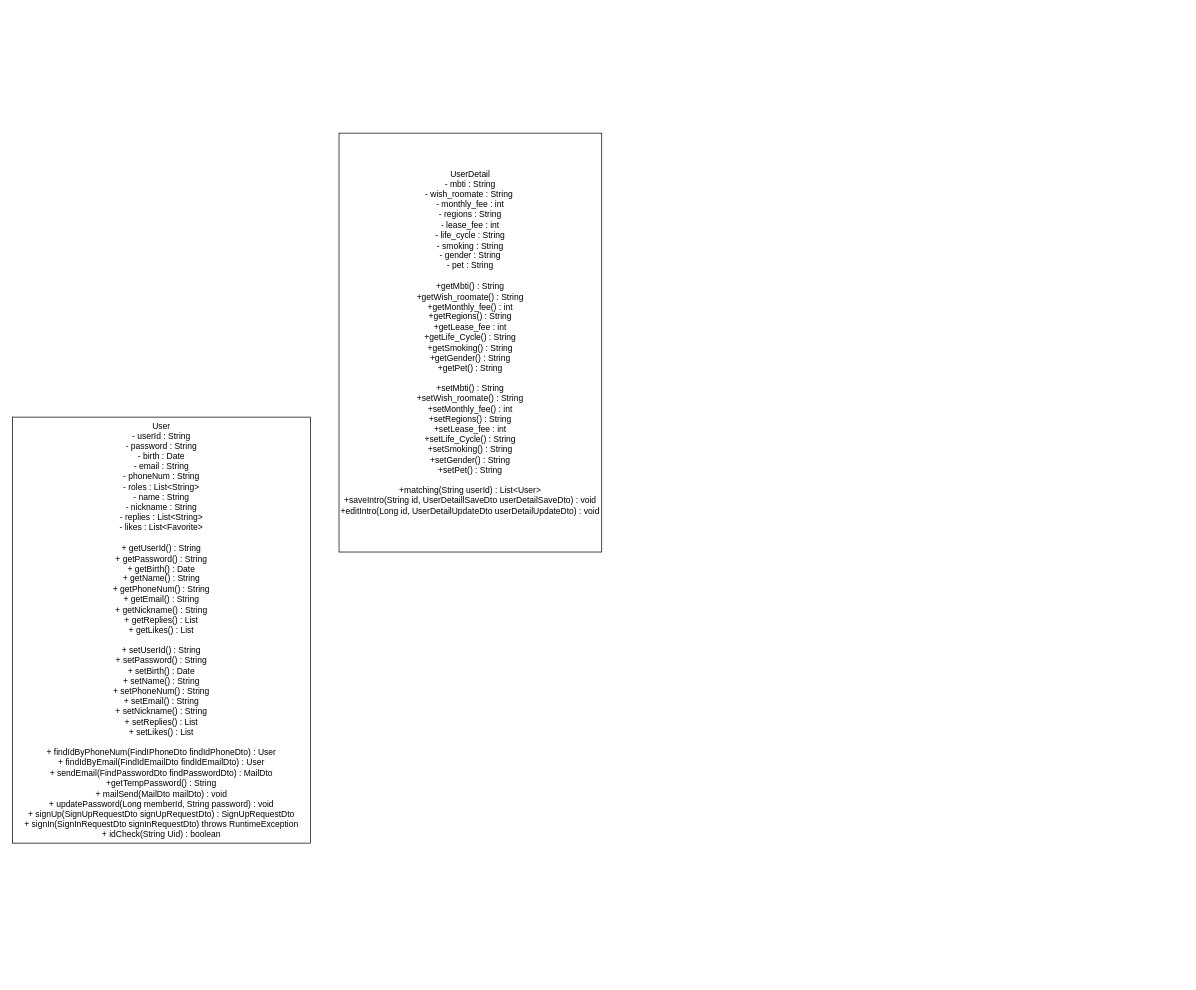
Earlier version of the draw.io diagram 제목 없는 다이어그램.drawio (team-saeron/CapStone_NSU). Source tidied: cells renumbered, new cells numbered last; positions are measured from the earlier drawing's top-left corner, leaving out a move shared by most shapes. Both pictures are drawn from the tidied source at 71%, with x=0, y=0 at pixel (12, 133).
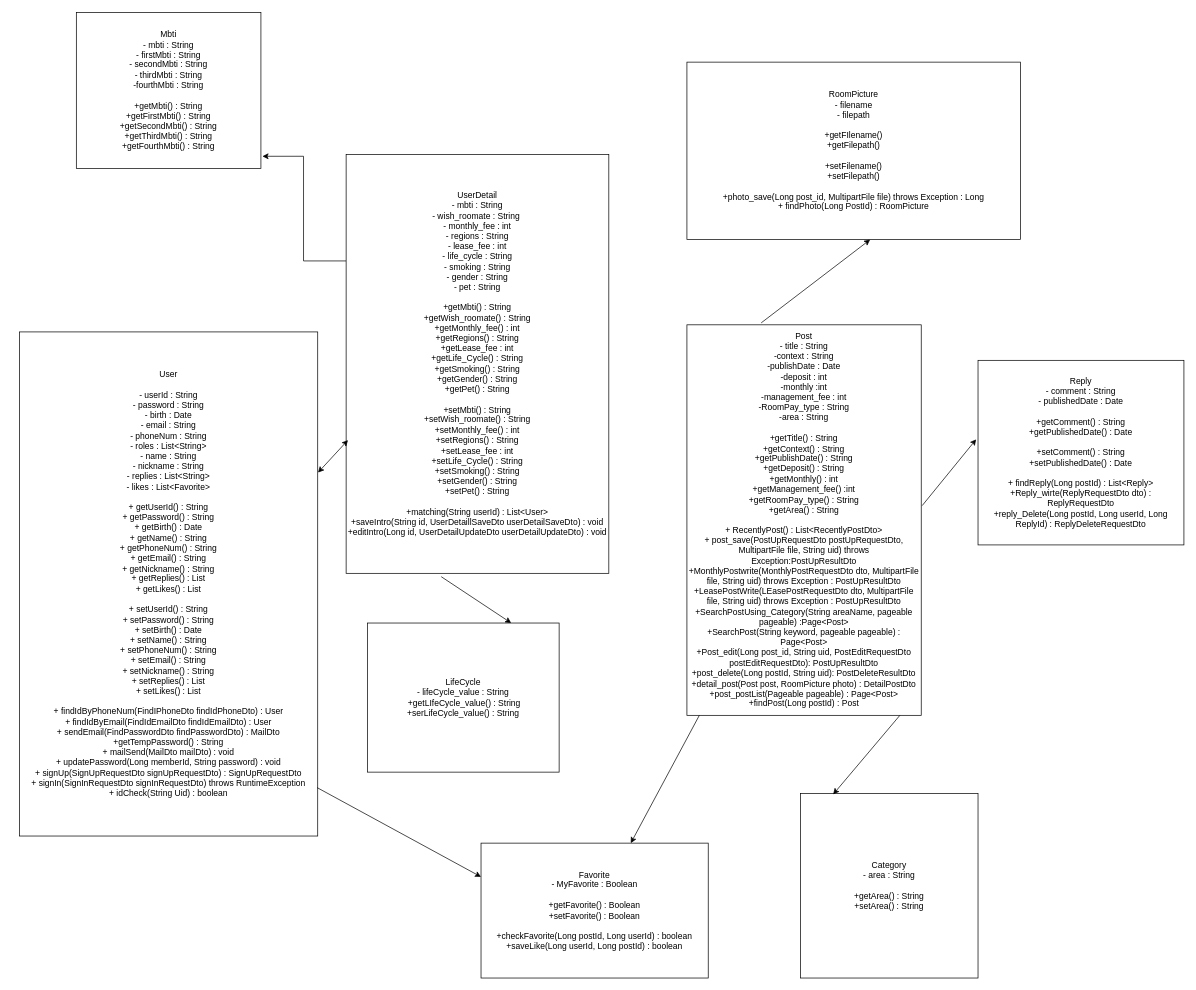
The same diagram, later.

Commit message:
클래스다이어그램2

What changed in the source:
```diff
@@
-    <mxCell id="2" value="User&lt;br&gt;- userId : String&lt;br&gt;- password : String&lt;br&gt;- birth : Date&lt;br&gt;- email : String&lt;br&gt;- phoneNum : String&lt;br&gt;- roles : List&amp;lt;String&amp;gt;&lt;br&gt;- name : String&lt;br&gt;- nickname : String&lt;br&gt;- replies : List&amp;lt;String&amp;gt;&lt;br&gt;- likes : List&amp;lt;Favorite&amp;gt;&lt;br&gt;&lt;br&gt;+ getUserId() : String&lt;br&gt;+ getPassword() : String&lt;br&gt;+ getBirth() : Date&lt;br&gt;+ getName() : String&lt;br&gt;+ getPhoneNum() : String&lt;br&gt;+ getEmail() : String&lt;br&gt;+ getNickname() : String&lt;br&gt;+ getReplies() : List&lt;br&gt;+ getLikes() : List&lt;br&gt;&lt;br&gt;+ setUserId() : String&lt;br style=&quot;border-color: var(--border-color);&quot;&gt;+ setPassword() : String&lt;br style=&quot;border-color: var(--border-color);&quot;&gt;+ setBirth() : Date&lt;br style=&quot;border-color: var(--border-color);&quot;&gt;+ setName() : String&lt;br style=&quot;border-color: var(--border-color);&quot;&gt;+ setPhoneNum() : String&lt;br style=&quot;border-color: var(--border-color);&quot;&gt;+ setEmail() : String&lt;br style=&quot;border-color: var(--border-color);&quot;&gt;+ setNickname() : String&lt;br style=&quot;border-color: var(--border-color);&quot;&gt;+ setReplies() : List&lt;br style=&quot;border-color: var(--border-color);&quot;&gt;+ setLikes() : List&lt;br&gt;&lt;br&gt;+ findIdByPhoneNum(FindIPhoneDto findIdPhoneDto) : User&lt;br&gt;+ findIdByEmail(FindIdEmailDto findIdEmailDto) : User&lt;br&gt;+ sendEmail(FindPasswordDto findPasswordDto) : MailDto&lt;br&gt;+getTempPassword() : String&lt;br&gt;+ mailSend(MailDto mailDto) : void&lt;br&gt;+ updatePassword(Long memberId, String password) : void&lt;br&gt;+ signUp(SignUpRequestDto signUpRequestDto) : SignUpRequestDto&lt;br&gt;+ signIn(SignInRequestDto signInRequestDto) throws RuntimeException&lt;br&gt;+ idCheck(String Uid) : boolean" style="rounded=0;whiteSpace=wrap;html=1;" parent="1" vertex="1">
-      <mxGeometry y="400" width="420" height="600" as="geometry" />
+    <mxCell id="2" value="User&lt;br&gt;&lt;br&gt;- userId : String&lt;br&gt;- password : String&lt;br&gt;- birth : Date&lt;br&gt;- email : String&lt;br&gt;- phoneNum : String&lt;br&gt;- roles : List&amp;lt;String&amp;gt;&lt;br&gt;- name : String&lt;br&gt;- nickname : String&lt;br&gt;- replies : List&amp;lt;String&amp;gt;&lt;br&gt;- likes : List&amp;lt;Favorite&amp;gt;&lt;br&gt;&lt;br&gt;+ getUserId() : String&lt;br&gt;+ getPassword() : String&lt;br&gt;+ getBirth() : Date&lt;br&gt;+ getName() : String&lt;br&gt;+ getPhoneNum() : String&lt;br&gt;+ getEmail() : String&lt;br&gt;+ getNickname() : String&lt;br&gt;+ getReplies() : List&lt;br&gt;+ getLikes() : List&lt;br&gt;&lt;br&gt;+ setUserId() : String&lt;br style=&quot;border-color: var(--border-color);&quot;&gt;+ setPassword() : String&lt;br style=&quot;border-color: var(--border-color);&quot;&gt;+ setBirth() : Date&lt;br style=&quot;border-color: var(--border-color);&quot;&gt;+ setName() : String&lt;br style=&quot;border-color: var(--border-color);&quot;&gt;+ setPhoneNum() : String&lt;br style=&quot;border-color: var(--border-color);&quot;&gt;+ setEmail() : String&lt;br style=&quot;border-color: var(--border-color);&quot;&gt;+ setNickname() : String&lt;br style=&quot;border-color: var(--border-color);&quot;&gt;+ setReplies() : List&lt;br style=&quot;border-color: var(--border-color);&quot;&gt;+ setLikes() : List&lt;br&gt;&lt;br&gt;+ findIdByPhoneNum(FindIPhoneDto findIdPhoneDto) : User&lt;br&gt;+ findIdByEmail(FindIdEmailDto findIdEmailDto) : User&lt;br&gt;+ sendEmail(FindPasswordDto findPasswordDto) : MailDto&lt;br&gt;+getTempPassword() : String&lt;br&gt;+ mailSend(MailDto mailDto) : void&lt;br&gt;+ updatePassword(Long memberId, String password) : void&lt;br&gt;+ signUp(SignUpRequestDto signUpRequestDto) : SignUpRequestDto&lt;br&gt;+ signIn(SignInRequestDto signInRequestDto) throws RuntimeException&lt;br&gt;+ idCheck(String Uid) : boolean" style="rounded=0;whiteSpace=wrap;html=1;" parent="1" vertex="1">
+      <mxGeometry x="10" y="280" width="420" height="710" as="geometry" />
     </mxCell>
+    <mxCell id="4" style="edgeStyle=orthogonalEdgeStyle;rounded=0;jettySize=auto;html=1;entryX=1.008;entryY=0.921;entryDx=0;entryDy=0;entryPerimeter=0;" parent="1" edge="1" source="3" target="9">
+      <mxGeometry relative="1" as="geometry">
+        <Array as="points">
+          <mxPoint x="410" y="180" />
+          <mxPoint x="410" y="33" />
+        </Array>
+      </mxGeometry>
+    </mxCell>
     <mxCell id="3" value="UserDetail&lt;br&gt;- mbti : String&lt;br&gt;- wish_roomate : String&amp;nbsp;&lt;br&gt;- monthly_fee : int&lt;br&gt;- regions : String&lt;br&gt;- lease_fee : int&lt;br&gt;- life_cycle : String&lt;br&gt;- smoking : String&lt;br&gt;- gender : String&lt;br&gt;- pet : String&lt;br&gt;&lt;br&gt;+getMbti() : String&lt;br&gt;+getWish_roomate() : String&lt;br&gt;+getMonthly_fee() : int&lt;br&gt;+getRegions() : String&lt;br&gt;+getLease_fee : int&lt;br&gt;+getLife_Cycle() : String&lt;br&gt;+getSmoking() : String&lt;br&gt;+getGender() : String&lt;br&gt;+getPet() : String&lt;br&gt;&lt;br&gt;+setMbti() : String&lt;br style=&quot;border-color: var(--border-color);&quot;&gt;+setWish_roomate() : String&lt;br style=&quot;border-color: var(--border-color);&quot;&gt;+setMonthly_fee() : int&lt;br style=&quot;border-color: var(--border-color);&quot;&gt;+setRegions() : String&lt;br style=&quot;border-color: var(--border-color);&quot;&gt;+setLease_fee : int&lt;br style=&quot;border-color: var(--border-color);&quot;&gt;+setLife_Cycle() : String&lt;br style=&quot;border-color: var(--border-color);&quot;&gt;+setSmoking() : String&lt;br style=&quot;border-color: var(--border-color);&quot;&gt;+setGender() : String&lt;br style=&quot;border-color: var(--border-color);&quot;&gt;+setPet() : String&lt;br&gt;&lt;br&gt;+matching(String userId) : List&amp;lt;User&amp;gt;&lt;br&gt;+saveIntro(String id, UserDetaillSaveDto userDetailSaveDto) : void&lt;br&gt;+editIntro(Long id, UserDetailUpdateDto userDetailUpdateDto) : void&lt;br&gt;" style="rounded=0;whiteSpace=wrap;html=1;" parent="1" vertex="1">
-      <mxGeometry x="460" width="370" height="590" as="geometry" />
+      <mxGeometry x="470" y="30" width="370" height="590" as="geometry" />
     </mxCell>
+    <mxCell id="5" value="RoomPicture&lt;br&gt;- filename&lt;br&gt;- filepath&lt;br&gt;&lt;br&gt;+getFIlename()&lt;br&gt;+getFilepath()&lt;br&gt;&lt;br&gt;+setFilename()&lt;br&gt;+setFilepath()&lt;br&gt;&lt;br&gt;+photo_save(Long post_id, MultipartFile file) throws Exception : Long&lt;br&gt;+ findPhoto(Long PostId) : RoomPicture" style="rounded=0;whiteSpace=wrap;html=1;" parent="1" vertex="1">
+      <mxGeometry x="950" y="-100" width="470" height="250" as="geometry" />
+    </mxCell>
+    <mxCell id="6" value="Post&lt;br&gt;- title : String&lt;br&gt;-context : String&lt;br&gt;-publishDate : Date&lt;br&gt;-deposit : int&lt;br&gt;-monthly :int&lt;br&gt;-management_fee : int&lt;br&gt;-RoomPay_type : String&lt;br&gt;-area : String&lt;br&gt;&lt;br&gt;+getTitle() : String&lt;br&gt;+getContext() : String&lt;br&gt;+getPublishDate() : String&lt;br&gt;+getDeposit() : String&lt;br&gt;+getMonthly() : int&lt;br&gt;+getManagement_fee() :int&lt;br&gt;+getRoomPay_type() : String&lt;br&gt;+getArea() : String&lt;br&gt;&lt;br&gt;+ RecentlyPost() : List&amp;lt;RecentlyPostDto&amp;gt;&lt;br&gt;+ post_save(PostUpRequestDto postUpRequestDto, MultipartFile file, String uid) throws Exception:PostUpResultDto&lt;br&gt;+MonthlyPostwrite(MonthlyPostRequestDto dto, MultipartFile file, String uid) throws Exception : PostUpResultDto&lt;br&gt;+LeasePostWrite(LEasePostRequestDto dto, MultipartFile file, String uid) throws Exception : PostUpResultDto&lt;br&gt;+SearchPostUsing_Category(String areaName, pageable pageable) :Page&amp;lt;Post&amp;gt;&lt;br&gt;+SearchPost(String keyword, pageable pageable) : Page&amp;lt;Post&amp;gt;&lt;br&gt;+Post_edit(Long post_id, String uid, PostEditRequestDto postEditRequestDto): PostUpResultDto&lt;br&gt;+post_delete(Long postId, String uid): PostDeleteResultDto&lt;br&gt;+detail_post(Post post, RoomPicture photo) : DetailPostDto&lt;br&gt;+post_postList(Pageable pageable) : Page&amp;lt;Post&amp;gt;&lt;br&gt;+findPost(Long postId) : Post" style="rounded=0;whiteSpace=wrap;html=1;" parent="1" vertex="1">
+      <mxGeometry x="950" y="270" width="330" height="550" as="geometry" />
+    </mxCell>
+    <mxCell id="7" value="LifeCycle&lt;br&gt;- lifeCycle_value : String&lt;br&gt;&amp;nbsp;+getLIfeCycle_value() : String&lt;br&gt;+serLifeCycle_value() : String" style="rounded=0;whiteSpace=wrap;html=1;" parent="1" vertex="1">
+      <mxGeometry x="500" y="690" width="270" height="210" as="geometry" />
+    </mxCell>
+    <mxCell id="8" value="Favorite&lt;br&gt;- MyFavorite : Boolean&lt;br&gt;&lt;br&gt;+getFavorite() : Boolean&lt;br&gt;+setFavorite() : Boolean&lt;br&gt;&lt;br&gt;+checkFavorite(Long postId, Long userId) : boolean&lt;br&gt;+saveLike(Long userId, Long postId) : boolean" style="rounded=0;whiteSpace=wrap;html=1;" parent="1" vertex="1">
+      <mxGeometry x="660" y="1000" width="320" height="190" as="geometry" />
+    </mxCell>
+    <mxCell id="9" value="Mbti&lt;br&gt;- mbti : String&lt;br&gt;- firstMbti : String&lt;br&gt;- secondMbti : String&lt;br&gt;- thirdMbti : String&lt;br&gt;-fourthMbti : String&lt;br&gt;&lt;br&gt;+getMbti() : String&lt;br&gt;+getFirstMbti() : String&lt;br&gt;+getSecondMbti() : String&lt;br&gt;+getThirdMbti() : String&lt;br&gt;+getFourthMbti() : String" style="rounded=0;whiteSpace=wrap;html=1;" parent="1" vertex="1">
+      <mxGeometry x="90" y="-170" width="260" height="220" as="geometry" />
+    </mxCell>
+    <mxCell id="10" value="Reply&lt;br&gt;- comment : String&lt;br&gt;- publishedDate : Date&lt;br&gt;&lt;br&gt;+getComment() : String&lt;br&gt;+getPublishedDate() : Date&lt;br&gt;&lt;br&gt;+setComment() : String&lt;br&gt;+setPublishedDate() : Date&lt;br&gt;&lt;br&gt;+ findReply(Long postId) : List&amp;lt;Reply&amp;gt;&lt;br&gt;+Reply_wirte(ReplyRequestDto dto) : ReplyRequestDto&lt;br&gt;+reply_Delete(Long postId, Long userId, Long ReplyId) : ReplyDeleteRequestDto&lt;br&gt;" style="rounded=0;whiteSpace=wrap;html=1;" parent="1" vertex="1">
+      <mxGeometry x="1360" y="320" width="290" height="260" as="geometry" />
+    </mxCell>
+    <mxCell id="11" value="Category&lt;br&gt;- area : String&lt;br&gt;&lt;br&gt;+getArea() : String&lt;br&gt;+setArea() : String" style="rounded=0;whiteSpace=wrap;html=1;" parent="1" vertex="1">
+      <mxGeometry x="1110" y="930" width="250" height="260" as="geometry" />
+    </mxCell>
+    <mxCell id="12" style="endArrow=classic;html=1;rounded=0;entryX=0;entryY=0.25;entryDx=0;entryDy=0;exitX=0.998;exitY=0.904;exitDx=0;exitDy=0;exitPerimeter=0;" parent="1" edge="1" source="2" target="8">
+      <mxGeometry relative="1" as="geometry" />
+    </mxCell>
+    <mxCell id="13" style="endArrow=classic;html=1;rounded=0;" parent="1" edge="1" source="6" target="8">
+      <mxGeometry relative="1" as="geometry" />
+    </mxCell>
+    <mxCell id="14" style="endArrow=classic;html=1;rounded=0;exitX=0.362;exitY=1.008;exitDx=0;exitDy=0;exitPerimeter=0;entryX=0.75;entryY=0;entryDx=0;entryDy=0;" parent="1" edge="1" source="3" target="7">
+      <mxGeometry relative="1" as="geometry" />
+    </mxCell>
+    <mxCell id="15" style="endArrow=classic;html=1;rounded=0;exitX=0.909;exitY=1;exitDx=0;exitDy=0;exitPerimeter=0;entryX=0.184;entryY=0.005;entryDx=0;entryDy=0;entryPerimeter=0;" parent="1" edge="1" source="6" target="11">
+      <mxGeometry relative="1" as="geometry" />
+    </mxCell>
+    <mxCell id="16" style="endArrow=classic;html=1;rounded=0;exitX=0.317;exitY=-0.005;exitDx=0;exitDy=0;exitPerimeter=0;entryX=0.549;entryY=1;entryDx=0;entryDy=0;entryPerimeter=0;" parent="1" edge="1" source="6" target="5">
+      <mxGeometry relative="1" as="geometry" />
+    </mxCell>
+    <mxCell id="17" style="endArrow=classic;html=1;rounded=0;exitX=1.004;exitY=0.463;exitDx=0;exitDy=0;exitPerimeter=0;entryX=-0.009;entryY=0.428;entryDx=0;entryDy=0;entryPerimeter=0;" parent="1" edge="1" source="6" target="10">
+      <mxGeometry relative="1" as="geometry" />
+    </mxCell>
+    <mxCell id="18" style="endArrow=classic;startArrow=classic;html=1;rounded=0;exitX=1.001;exitY=0.279;exitDx=0;exitDy=0;exitPerimeter=0;entryX=0.007;entryY=0.682;entryDx=0;entryDy=0;entryPerimeter=0;" parent="1" edge="1" source="2" target="3">
+      <mxGeometry relative="1" as="geometry" />
+    </mxCell>
```
